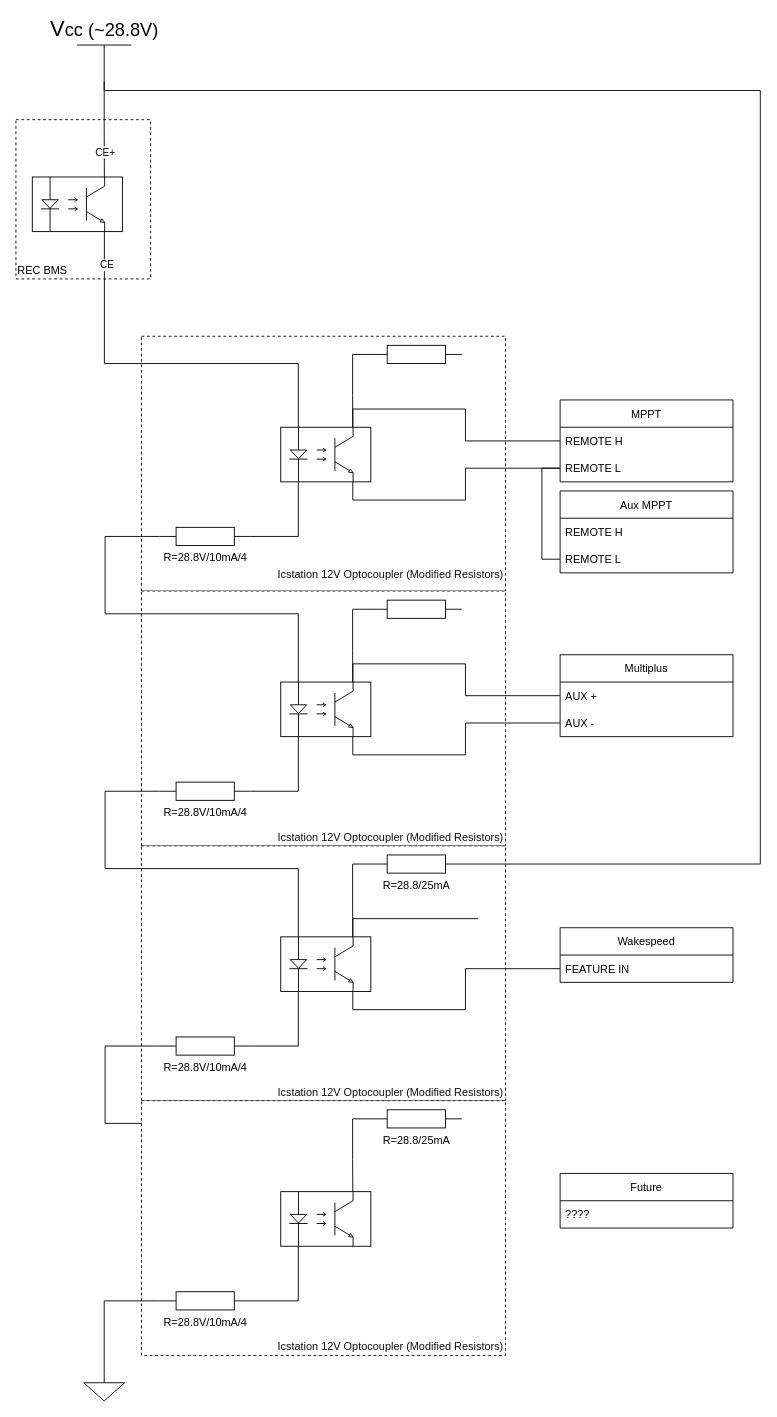
This is page "Page-1" (1 of 2) of van/electrical/BMS_wiring_logic/charge-enable-splitting.drawio from natecostello/van_two_point_oh, a draw.io file, before an edit. Source tidied: cells renumbered, new cells numbered last; positions are measured from the earlier drawing's top-left corner, leaving out a move shared by most shapes. Both pictures are drawn from the tidied source at 91%, with x=0, y=0 at pixel (15, 45).
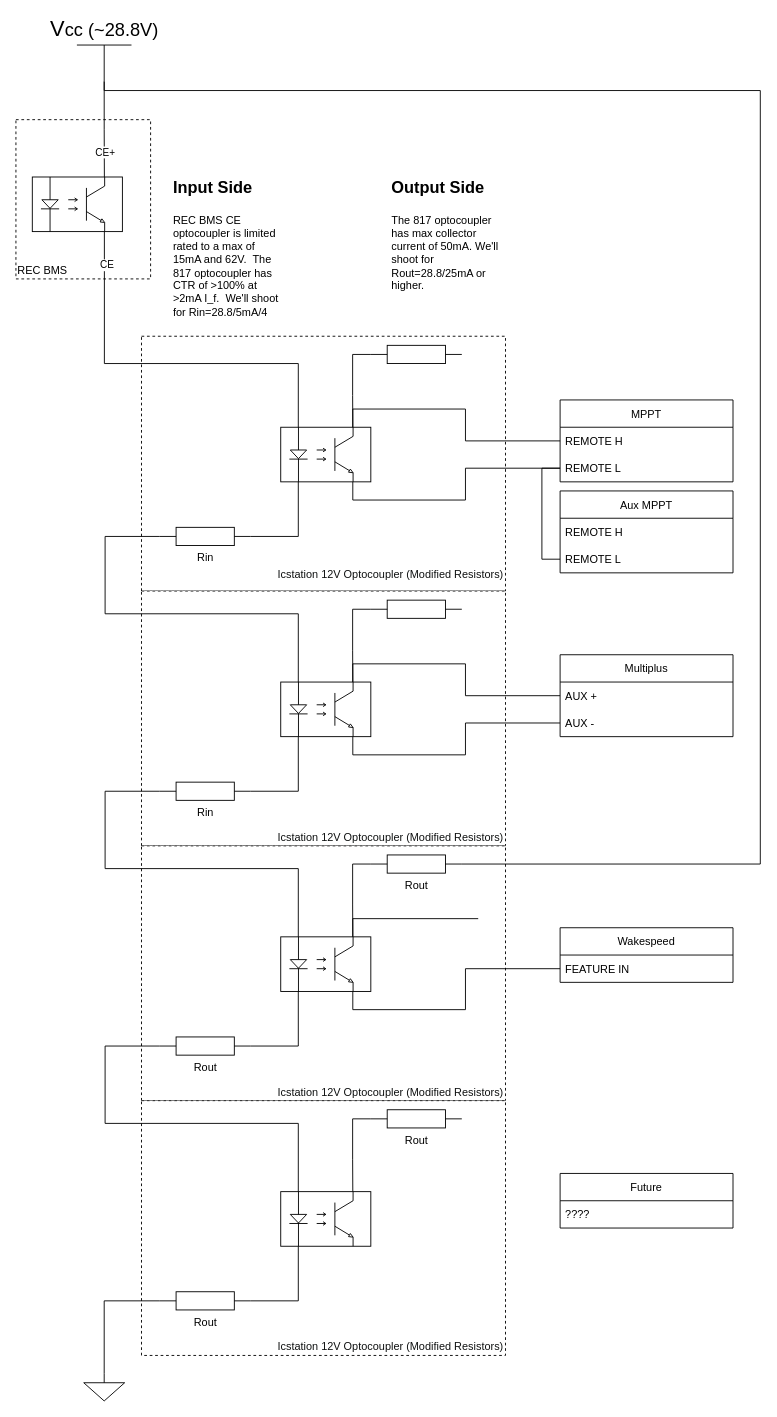
Above is the later version.

The change refers to these unchanged cells:
```xml
<mxCell id="3" style="group;" parent="1" vertex="1">
  <mxGeometry x="138" y="320" width="400" height="280" as="geometry" />
</mxCell>
<mxCell id="26" style="group;" parent="1" vertex="1">
  <mxGeometry x="138" y="600" width="400" height="280" as="geometry" />
</mxCell>
<mxCell id="33" style="group;" parent="1" vertex="1">
  <mxGeometry x="138" y="880" width="400" height="280" as="geometry" />
</mxCell>
<mxCell id="53" style="group;" parent="1" vertex="1">
  <mxGeometry x="138" y="1160" width="400" height="280" as="geometry" />
</mxCell>
<mxCell id="55" style="verticalLabelPosition=bottom;shadow=0;dashed=0;align=center;html=1;verticalAlign=top;shape=mxgraph.electrical.opto_electronics.opto-coupler;" parent="53" vertex="1">
  <mxGeometry x="153" y="100" width="99" height="60" as="geometry" />
</mxCell>
```

What changed in the source:
```diff
@@
-    <mxCell id="6" value="R=28.8V/10mA/4" style="verticalLabelPosition=bottom;shadow=0;dashed=0;align=center;html=1;verticalAlign=top;shape=mxgraph.electrical.resistors.resistor_1;rotation=0;" parent="3" vertex="1">
+    <mxCell id="6" value="Rin" style="verticalLabelPosition=bottom;shadow=0;dashed=0;align=center;html=1;verticalAlign=top;shape=mxgraph.electrical.resistors.resistor_1;rotation=0;" parent="3" vertex="1">
       <mxGeometry x="20" y="210" width="100" height="20" as="geometry" />
     </mxCell>
@@
-    <mxCell id="29" value="R=28.8V/10mA/4" style="verticalLabelPosition=bottom;shadow=0;dashed=0;align=center;html=1;verticalAlign=top;shape=mxgraph.electrical.resistors.resistor_1;rotation=0;" parent="26" vertex="1">
+    <mxCell id="29" value="Rin" style="verticalLabelPosition=bottom;shadow=0;dashed=0;align=center;html=1;verticalAlign=top;shape=mxgraph.electrical.resistors.resistor_1;rotation=0;" parent="26" vertex="1">
       <mxGeometry x="20" y="210" width="100" height="20" as="geometry" />
     </mxCell>
@@
-    <mxCell id="36" value="R=28.8V/10mA/4" style="verticalLabelPosition=bottom;shadow=0;dashed=0;align=center;html=1;verticalAlign=top;shape=mxgraph.electrical.resistors.resistor_1;rotation=0;" parent="33" vertex="1">
+    <mxCell id="36" value="Rout" style="verticalLabelPosition=bottom;shadow=0;dashed=0;align=center;html=1;verticalAlign=top;shape=mxgraph.electrical.resistors.resistor_1;rotation=0;" parent="33" vertex="1">
       <mxGeometry x="20" y="210" width="100" height="20" as="geometry" />
     </mxCell>
@@
-    <mxCell id="39" value="R=28.8/25mA" style="verticalLabelPosition=bottom;shadow=0;dashed=0;align=center;html=1;verticalAlign=top;shape=mxgraph.electrical.resistors.resistor_1;rotation=0;" parent="33" vertex="1">
+    <mxCell id="39" value="Rout" style="verticalLabelPosition=bottom;shadow=0;dashed=0;align=center;html=1;verticalAlign=top;shape=mxgraph.electrical.resistors.resistor_1;rotation=0;" parent="33" vertex="1">
       <mxGeometry x="252" y="10" width="100" height="20" as="geometry" />
     </mxCell>
@@
-    <mxCell id="45" style="edgeStyle=orthogonalEdgeStyle;rounded=0;jettySize=auto;html=1;exitX=0.195;exitY=0;exitDx=0;exitDy=0;exitPerimeter=0;entryX=0;entryY=0.5;entryDx=0;entryDy=0;entryPerimeter=0;endArrow=none;endFill=0;" parent="1" edge="1" source="55" target="36">
-      <mxGeometry relative="1" as="geometry">
-        <Array as="points">
-          <mxPoint x="310" y="1185" />
-          <mxPoint x="98" y="1185" />
-          <mxPoint x="98" y="1100" />
-        </Array>
-      </mxGeometry>
-    </mxCell>
@@
-    <mxCell id="56" value="R=28.8V/10mA/4" style="verticalLabelPosition=bottom;shadow=0;dashed=0;align=center;html=1;verticalAlign=top;shape=mxgraph.electrical.resistors.resistor_1;rotation=0;" parent="53" vertex="1">
+    <mxCell id="56" value="Rout" style="verticalLabelPosition=bottom;shadow=0;dashed=0;align=center;html=1;verticalAlign=top;shape=mxgraph.electrical.resistors.resistor_1;rotation=0;" parent="53" vertex="1">
       <mxGeometry x="20" y="210" width="100" height="20" as="geometry" />
     </mxCell>
@@
-    <mxCell id="59" value="R=28.8/25mA" style="verticalLabelPosition=bottom;shadow=0;dashed=0;align=center;html=1;verticalAlign=top;shape=mxgraph.electrical.resistors.resistor_1;rotation=0;" parent="53" vertex="1">
+    <mxCell id="59" value="Rout" style="verticalLabelPosition=bottom;shadow=0;dashed=0;align=center;html=1;verticalAlign=top;shape=mxgraph.electrical.resistors.resistor_1;rotation=0;" parent="53" vertex="1">
       <mxGeometry x="252" y="10" width="100" height="20" as="geometry" />
     </mxCell>
@@
+    <mxCell id="63" value="&lt;h1&gt;&lt;font style=&quot;font-size: 18px&quot;&gt;Input Side&lt;/font&gt;&lt;/h1&gt;&lt;p&gt;REC BMS CE optocoupler is limited rated to a max of 15mA and 62V.&amp;nbsp; The 817 optocoupler has CTR of &amp;gt;100% at &amp;gt;2mA I_f.&amp;nbsp; We'll shoot for Rin=28.8/5mA/4&lt;/p&gt;" style="text;html=1;strokeColor=none;fillColor=none;spacing=5;spacingTop=-20;whiteSpace=wrap;overflow=hidden;rounded=0;" parent="1" vertex="1">
+      <mxGeometry x="168" y="135" width="130" height="170" as="geometry" />
+    </mxCell>
+    <mxCell id="45" style="edgeStyle=orthogonalEdgeStyle;rounded=0;jettySize=auto;html=1;exitX=0.195;exitY=0;exitDx=0;exitDy=0;exitPerimeter=0;entryX=0;entryY=0.5;entryDx=0;entryDy=0;entryPerimeter=0;endArrow=none;endFill=0;" parent="1" edge="1" source="55" target="36">
+      <mxGeometry relative="1" as="geometry">
+        <Array as="points">
+          <mxPoint x="310" y="1185" />
+          <mxPoint x="98" y="1185" />
+          <mxPoint x="98" y="1100" />
+        </Array>
+      </mxGeometry>
+    </mxCell>
+    <mxCell id="64" value="&lt;h1&gt;&lt;font style=&quot;font-size: 18px&quot;&gt;Output Side&lt;/font&gt;&lt;/h1&gt;&lt;p&gt;The 817 optocoupler has max collector current of 50mA. We'll shoot for Rout=28.8/25mA or higher.&amp;nbsp;&amp;nbsp;&lt;/p&gt;" style="text;html=1;strokeColor=none;fillColor=none;spacing=5;spacingTop=-20;whiteSpace=wrap;overflow=hidden;rounded=0;" parent="1" vertex="1">
+      <mxGeometry x="408" y="135" width="130" height="170" as="geometry" />
+    </mxCell>
```
